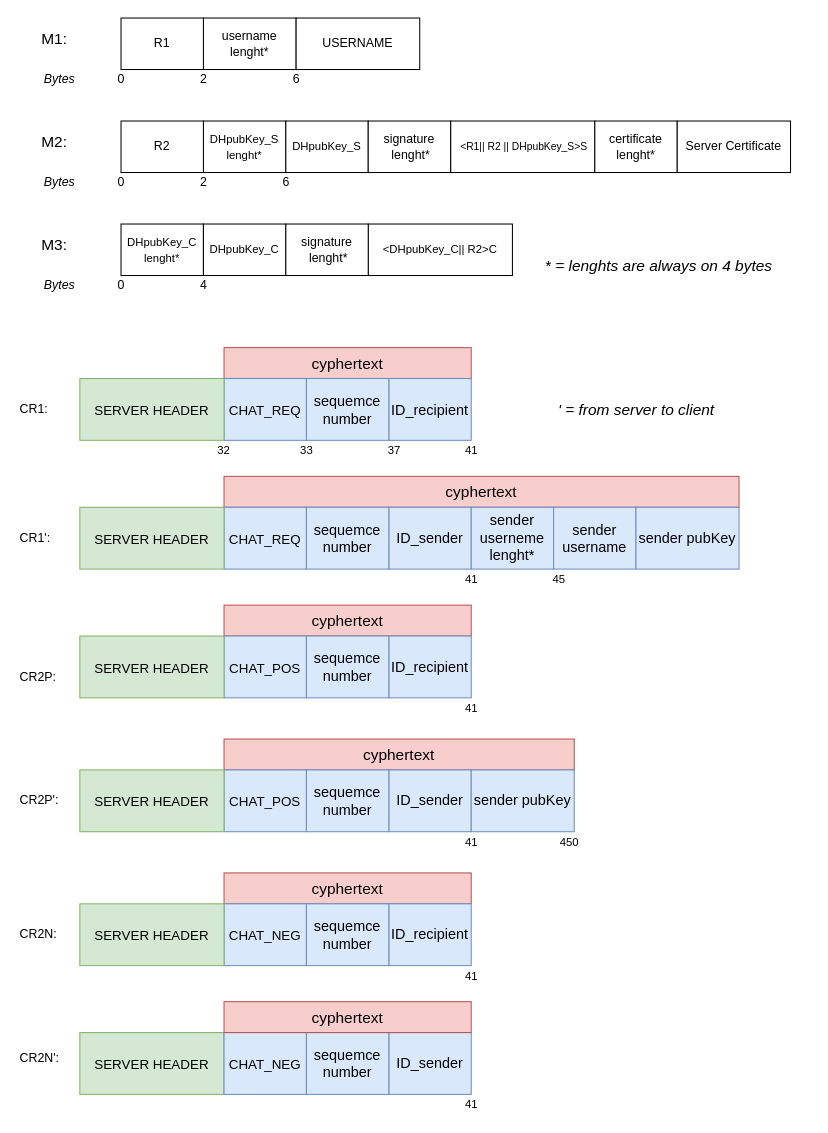
Earlier version of the draw.io diagram page "Pagina-3" (3 of 4) of schema/MsgScheme.drawio (gerti98/secureCom). Source tidied: cells renumbered, new cells numbered last; positions are measured from the earlier drawing's top-left corner, leaving out a move shared by most shapes. Both pictures are drawn from the tidied source at 103%, with x=0, y=0 at pixel (18, 18).
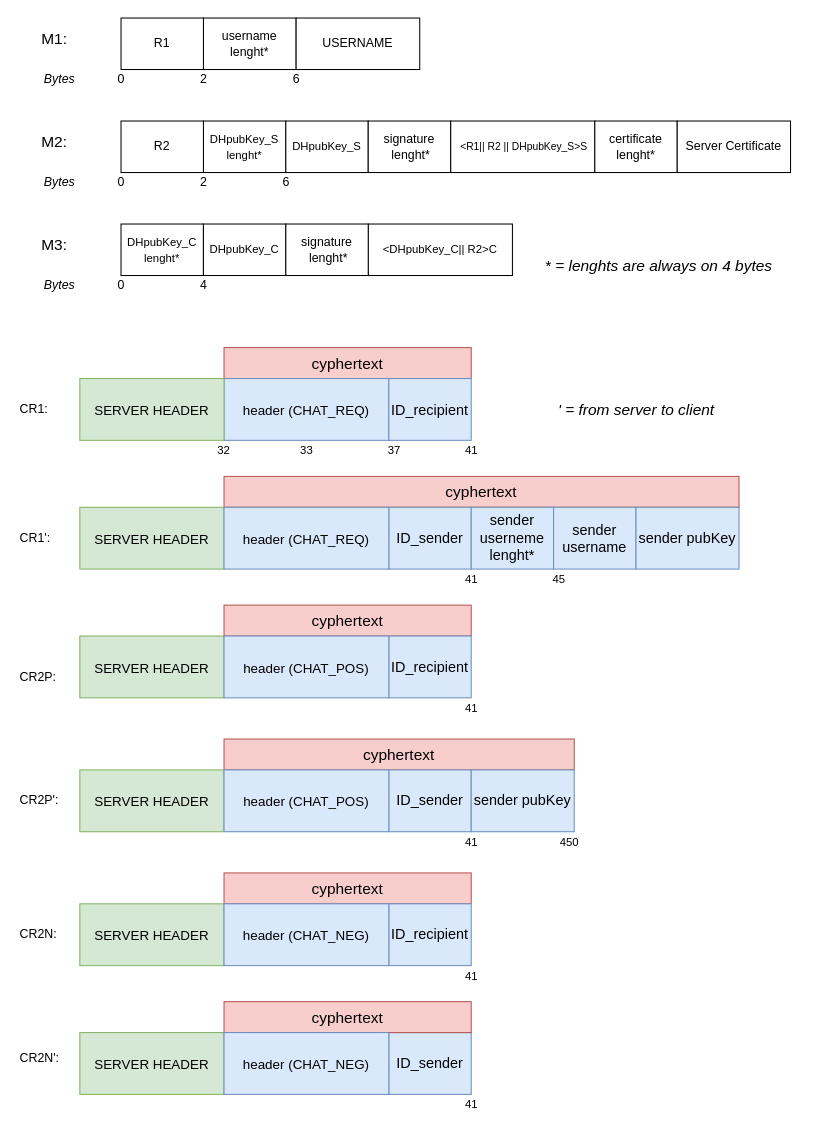
Above is the later version.

Diff of the diagram source:
```diff
@@
-    <mxCell id="26" value="&lt;font style=&quot;font-size: 13px&quot;&gt;CHAT_REQ&lt;/font&gt;" style="rounded=0;whiteSpace=wrap;html=1;fillColor=#dae8fc;strokeColor=#6c8ebf;fontSize=15;" parent="1" vertex="1">
-      <mxGeometry x="200" y="350" width="80" height="60" as="geometry" />
+    <mxCell id="26" value="&lt;font style=&quot;font-size: 13px&quot;&gt;header (CHAT_REQ)&lt;/font&gt;" style="rounded=0;whiteSpace=wrap;html=1;fillColor=#dae8fc;strokeColor=#6c8ebf;fontSize=15;" parent="1" vertex="1">
+      <mxGeometry x="200" y="350" width="160" height="60" as="geometry" />
     </mxCell>
@@
-    <mxCell id="28" value="&lt;font style=&quot;font-size: 14px&quot;&gt;sequemce number&lt;/font&gt;" style="rounded=0;whiteSpace=wrap;html=1;fillColor=#dae8fc;strokeColor=#6c8ebf;fontSize=15;" parent="1" vertex="1">
-      <mxGeometry x="280" y="350" width="80" height="60" as="geometry" />
-    </mxCell>
@@
-    <mxCell id="34" value="&lt;font style=&quot;font-size: 13px&quot;&gt;CHAT_REQ&lt;/font&gt;" style="rounded=0;whiteSpace=wrap;html=1;fillColor=#dae8fc;strokeColor=#6c8ebf;fontSize=15;" parent="1" vertex="1">
-      <mxGeometry x="200" y="475" width="80" height="60" as="geometry" />
-    </mxCell>
-    <mxCell id="35" value="sequemce number" style="rounded=0;whiteSpace=wrap;html=1;fillColor=#dae8fc;strokeColor=#6c8ebf;fontSize=14;" parent="1" vertex="1">
-      <mxGeometry x="280" y="475" width="80" height="60" as="geometry" />
-    </mxCell>
@@
-    <mxCell id="40" value="&lt;font style=&quot;font-size: 13px&quot;&gt;CHAT_POS&lt;/font&gt;" style="rounded=0;whiteSpace=wrap;html=1;fillColor=#dae8fc;strokeColor=#6c8ebf;fontSize=15;" parent="1" vertex="1">
-      <mxGeometry x="200" y="600" width="80" height="60" as="geometry" />
-    </mxCell>
-    <mxCell id="41" value="sequemce number" style="rounded=0;whiteSpace=wrap;html=1;fillColor=#dae8fc;strokeColor=#6c8ebf;fontSize=14;" parent="1" vertex="1">
-      <mxGeometry x="280" y="600" width="80" height="60" as="geometry" />
-    </mxCell>
@@
-    <mxCell id="44" value="&lt;font style=&quot;font-size: 13px&quot;&gt;CHAT_POS&lt;/font&gt;" style="rounded=0;whiteSpace=wrap;html=1;fillColor=#dae8fc;strokeColor=#6c8ebf;fontSize=15;" parent="1" vertex="1">
-      <mxGeometry x="200" y="730" width="80" height="60" as="geometry" />
-    </mxCell>
-    <mxCell id="45" value="sequemce number" style="rounded=0;whiteSpace=wrap;html=1;fillColor=#dae8fc;strokeColor=#6c8ebf;fontSize=14;" parent="1" vertex="1">
-      <mxGeometry x="280" y="730" width="80" height="60" as="geometry" />
-    </mxCell>
@@
-    <mxCell id="51" value="&lt;font style=&quot;font-size: 13px&quot;&gt;CHAT_NEG&lt;/font&gt;" style="rounded=0;whiteSpace=wrap;html=1;fillColor=#dae8fc;strokeColor=#6c8ebf;fontSize=15;" parent="1" vertex="1">
-      <mxGeometry x="200" y="860" width="80" height="60" as="geometry" />
-    </mxCell>
-    <mxCell id="52" value="sequemce number" style="rounded=0;whiteSpace=wrap;html=1;fillColor=#dae8fc;strokeColor=#6c8ebf;fontSize=14;" parent="1" vertex="1">
-      <mxGeometry x="280" y="860" width="80" height="60" as="geometry" />
-    </mxCell>
@@
-    <mxCell id="72" value="&lt;font style=&quot;font-size: 13px&quot;&gt;CHAT_NEG&lt;/font&gt;" style="rounded=0;whiteSpace=wrap;html=1;fillColor=#dae8fc;strokeColor=#6c8ebf;fontSize=15;" parent="1" vertex="1">
-      <mxGeometry x="200" y="985" width="80" height="60" as="geometry" />
-    </mxCell>
-    <mxCell id="73" value="sequemce number" style="rounded=0;whiteSpace=wrap;html=1;fillColor=#dae8fc;strokeColor=#6c8ebf;fontSize=14;" parent="1" vertex="1">
-      <mxGeometry x="280" y="985" width="80" height="60" as="geometry" />
-    </mxCell>
@@
+    <mxCell id="83" value="&lt;font style=&quot;font-size: 13px&quot;&gt;header (CHAT_REQ)&lt;/font&gt;" style="rounded=0;whiteSpace=wrap;html=1;fillColor=#dae8fc;strokeColor=#6c8ebf;fontSize=15;" parent="1" vertex="1">
+      <mxGeometry x="200" y="475" width="160" height="60" as="geometry" />
+    </mxCell>
+    <mxCell id="84" value="&lt;font style=&quot;font-size: 13px&quot;&gt;header (CHAT_POS)&lt;/font&gt;" style="rounded=0;whiteSpace=wrap;html=1;fillColor=#dae8fc;strokeColor=#6c8ebf;fontSize=15;" parent="1" vertex="1">
+      <mxGeometry x="200" y="600" width="160" height="60" as="geometry" />
+    </mxCell>
+    <mxCell id="85" value="&lt;font style=&quot;font-size: 13px&quot;&gt;header (CHAT_POS)&lt;/font&gt;" style="rounded=0;whiteSpace=wrap;html=1;fillColor=#dae8fc;strokeColor=#6c8ebf;fontSize=15;" parent="1" vertex="1">
+      <mxGeometry x="200" y="730" width="160" height="60" as="geometry" />
+    </mxCell>
+    <mxCell id="86" value="&lt;font style=&quot;font-size: 13px&quot;&gt;header (CHAT_NEG)&lt;/font&gt;" style="rounded=0;whiteSpace=wrap;html=1;fillColor=#dae8fc;strokeColor=#6c8ebf;fontSize=15;" parent="1" vertex="1">
+      <mxGeometry x="200" y="860" width="160" height="60" as="geometry" />
+    </mxCell>
+    <mxCell id="87" value="&lt;font style=&quot;font-size: 13px&quot;&gt;header (CHAT_NEG)&lt;/font&gt;" style="rounded=0;whiteSpace=wrap;html=1;fillColor=#dae8fc;strokeColor=#6c8ebf;fontSize=15;" parent="1" vertex="1">
+      <mxGeometry x="200" y="985" width="160" height="60" as="geometry" />
+    </mxCell>
```
